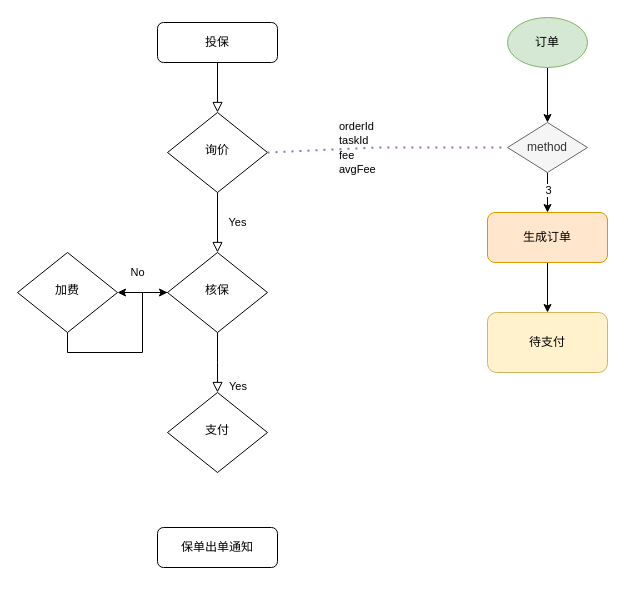
Earlier version of the draw.io diagram insur/WTS.drawio (zhanghaiyang1/draw). Source tidied: cells renumbered, new cells numbered last; positions are measured from the earlier drawing's top-left corner, leaving out a move shared by most shapes. Both pictures are drawn from the tidied source at 100%, with x=0, y=0 at pixel (17, 17).
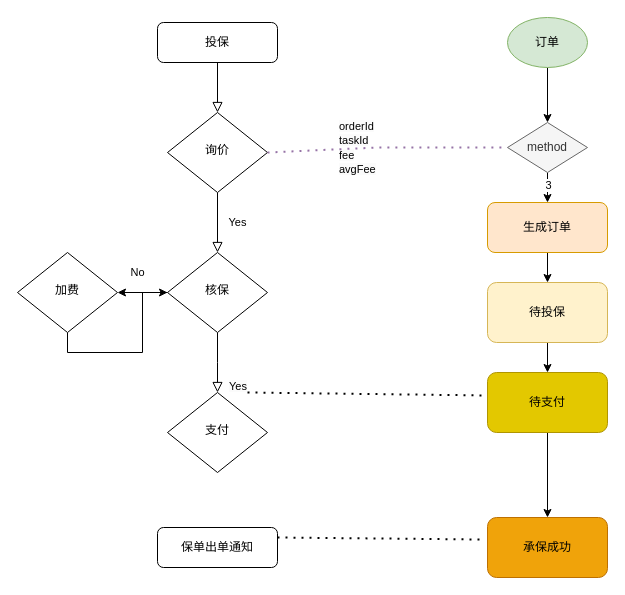
After the change.

The change refers to these unchanged cells:
```xml
<mxCell id="13" value="&lt;span style=&quot;color: rgb(0, 0, 0); font-family: Helvetica; font-size: 11px; font-style: normal; font-variant-ligatures: normal; font-variant-caps: normal; font-weight: 400; letter-spacing: normal; orphans: 2; text-align: center; text-indent: 0px; text-transform: none; widows: 2; word-spacing: 0px; -webkit-text-stroke-width: 0px; background-color: rgb(251, 251, 251); text-decoration-thickness: initial; text-decoration-style: initial; text-decoration-color: initial; float: none; display: inline !important;&quot;&gt;Yes&lt;/span&gt;" style="text;whiteSpace=wrap;html=1;" parent="1" vertex="1">
  <mxGeometry x="210" y="355" width="50" height="40" as="geometry" />
</mxCell>
<mxCell id="14" value="保单出单通知" style="rounded=1;whiteSpace=wrap;html=1;fontSize=12;glass=0;strokeWidth=1;shadow=0;" parent="1" vertex="1">
  <mxGeometry x="140" y="510" width="120" height="40" as="geometry" />
</mxCell>
```

What changed in the source:
```diff
@@
+    <mxCell id="24" style="edgeStyle=orthogonalEdgeStyle;rounded=0;jettySize=auto;html=1;exitX=1;exitY=0.5;exitDx=0;exitDy=0;" parent="1" edge="1" source="13">
+      <mxGeometry relative="1" as="geometry">
+        <mxPoint x="260" y="375" as="targetPoint" />
+      </mxGeometry>
+    </mxCell>
@@
     <mxCell id="21" value="生成订单" style="rounded=1;whiteSpace=wrap;html=1;fillColor=#ffe6cc;strokeColor=#d79b00;" parent="1" vertex="1">
-      <mxGeometry x="470" y="195" width="120" height="50" as="geometry" />
+      <mxGeometry x="470" y="185" width="120" height="50" as="geometry" />
     </mxCell>
@@
+    <mxCell id="25" style="edgeStyle=orthogonalEdgeStyle;rounded=0;jettySize=auto;html=1;exitX=0.5;exitY=1;exitDx=0;exitDy=0;entryX=0.5;entryY=0;entryDx=0;entryDy=0;" parent="1" edge="1" source="23" target="27">
+      <mxGeometry relative="1" as="geometry" />
+    </mxCell>
-    <mxCell id="23" value="待支付" style="rounded=1;whiteSpace=wrap;html=1;fillColor=#fff2cc;strokeColor=#d6b656;" parent="1" vertex="1">
-      <mxGeometry x="470" y="295" width="120" height="60" as="geometry" />
+    <mxCell id="23" value="待投保" style="rounded=1;whiteSpace=wrap;html=1;fillColor=#fff2cc;strokeColor=#d6b656;" parent="1" vertex="1">
+      <mxGeometry x="470" y="265" width="120" height="60" as="geometry" />
     </mxCell>
+    <mxCell id="26" style="edgeStyle=orthogonalEdgeStyle;rounded=0;jettySize=auto;html=1;exitX=0.5;exitY=1;exitDx=0;exitDy=0;" parent="1" edge="1" source="27" target="29">
+      <mxGeometry relative="1" as="geometry" />
+    </mxCell>
+    <mxCell id="27" value="待支付" style="rounded=1;whiteSpace=wrap;html=1;fillColor=#e3c800;fontColor=#000000;strokeColor=#B09500;" parent="1" vertex="1">
+      <mxGeometry x="470" y="355" width="120" height="60" as="geometry" />
+    </mxCell>
+    <mxCell id="28" style="endArrow=none;dashed=1;html=1;dashPattern=1 3;strokeWidth=2;rounded=0;entryX=0;entryY=0.383;entryDx=0;entryDy=0;entryPerimeter=0;exitX=0.4;exitY=0.5;exitDx=0;exitDy=0;exitPerimeter=0;" parent="1" edge="1" source="13" target="27">
+      <mxGeometry relative="1" as="geometry" />
+    </mxCell>
+    <mxCell id="29" value="承保成功" style="rounded=1;whiteSpace=wrap;html=1;fillColor=#f0a30a;fontColor=#000000;strokeColor=#BD7000;" parent="1" vertex="1">
+      <mxGeometry x="470" y="500" width="120" height="60" as="geometry" />
+    </mxCell>
+    <mxCell id="30" style="endArrow=none;dashed=1;html=1;dashPattern=1 3;strokeWidth=2;rounded=0;entryX=-0.033;entryY=0.367;entryDx=0;entryDy=0;entryPerimeter=0;exitX=1;exitY=0.25;exitDx=0;exitDy=0;" parent="1" edge="1" source="14" target="29">
+      <mxGeometry relative="1" as="geometry" />
+    </mxCell>
```
